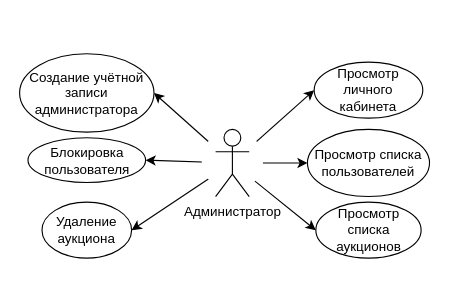
Before: Diagrams/Use-Case/Administrator Use-Case Diagram.drawio in Fake-Make/Au, a draw.io diagram. Source tidied: cells renumbered, new cells numbered last; positions are measured from the earlier drawing's top-left corner, leaving out a move shared by most shapes. Both pictures are drawn from the tidied source at 112%, with x=0, y=0 at pixel (19, 54).
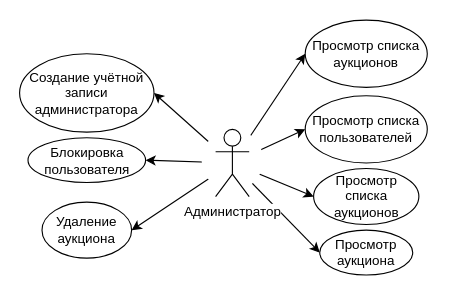
The same diagram, later.

Diff of the diagram source:
```diff
@@
 <mxGraphModel>
   <root>
     <mxCell id="0" />
     <mxCell id="1" parent="0" />
+    <mxCell id="16" style="endArrow=classic;html=1;entryX=0;entryY=0.5;entryDx=0;entryDy=0;exitX=0.5;exitY=0.5;exitDx=0;exitDy=0;exitPerimeter=0;" parent="1" edge="1" source="15" target="19">
+      <mxGeometry relative="1" as="geometry" />
+    </mxCell>
+    <mxCell id="17" style="endArrow=classic;html=1;entryX=0;entryY=0.5;entryDx=0;entryDy=0;exitX=0.5;exitY=0.5;exitDx=0;exitDy=0;exitPerimeter=0;" parent="1" edge="1" source="15" target="18">
+      <mxGeometry relative="1" as="geometry" />
+    </mxCell>
     <mxCell id="2" style="endArrow=classic;html=1;entryX=1;entryY=0.5;entryDx=0;entryDy=0;exitX=0.5;exitY=0.5;exitDx=0;exitDy=0;exitPerimeter=0;" parent="1" edge="1" source="15" target="11">
       <mxGeometry relative="1" as="geometry" />
     </mxCell>
     <mxCell id="3" style="endArrow=classic;html=1;entryX=1;entryY=0.5;entryDx=0;entryDy=0;exitX=0.5;exitY=0.5;exitDx=0;exitDy=0;exitPerimeter=0;" parent="1" edge="1" source="15" target="12">
       <mxGeometry relative="1" as="geometry" />
     </mxCell>
     <mxCell id="4" style="endArrow=classic;html=1;entryX=1;entryY=0.5;entryDx=0;entryDy=0;exitX=0.5;exitY=0.5;exitDx=0;exitDy=0;exitPerimeter=0;" parent="1" edge="1" source="15" target="13">
       <mxGeometry relative="1" as="geometry" />
     </mxCell>
-    <mxCell id="5" style="endArrow=classic;html=1;entryX=0;entryY=0.5;entryDx=0;entryDy=0;exitX=0.5;exitY=0.5;exitDx=0;exitDy=0;exitPerimeter=0;" parent="1" edge="1" source="15" target="9">
-      <mxGeometry relative="1" as="geometry" />
-    </mxCell>
     <mxCell id="6" style="endArrow=classic;html=1;entryX=0;entryY=0.5;entryDx=0;entryDy=0;exitX=0.5;exitY=0.5;exitDx=0;exitDy=0;exitPerimeter=0;" parent="1" edge="1" source="15" target="10">
       <mxGeometry relative="1" as="geometry" />
     </mxCell>
     <mxCell id="7" style="endArrow=classic;html=1;entryX=0;entryY=0.5;entryDx=0;entryDy=0;exitX=0.5;exitY=0.5;exitDx=0;exitDy=0;exitPerimeter=0;" parent="1" edge="1" source="15" target="14">
       <mxGeometry relative="1" as="geometry" />
     </mxCell>
     <mxCell id="8" style="ellipse;whiteSpace=wrap;html=1;strokeColor=none;" parent="1" vertex="1">
       <mxGeometry x="162.5" y="67" width="55" height="55" as="geometry" />
     </mxCell>
-    <mxCell id="9" value="Просмотр личного кабинета" style="ellipse;whiteSpace=wrap;html=1;" parent="1" vertex="1">
-      <mxGeometry x="263" y="7" width="97" height="50" as="geometry" />
-    </mxCell>
     <mxCell id="10" value="Просмотр списка пользователей&lt;br&gt;" style="ellipse;whiteSpace=wrap;html=1;" parent="1" vertex="1">
-      <mxGeometry x="257" y="67" width="109" height="60" as="geometry" />
+      <mxGeometry x="255" y="37" width="109" height="60" as="geometry" />
     </mxCell>
     <mxCell id="11" value="Создание учётной записи&lt;br&gt;администратора&lt;br&gt;" style="ellipse;whiteSpace=wrap;html=1;" parent="1" vertex="1">
       <mxGeometry y="-0.5" width="120" height="70" as="geometry" />
     </mxCell>
     <mxCell id="12" value="Блокировка пользователя" style="ellipse;whiteSpace=wrap;html=1;" parent="1" vertex="1">
       <mxGeometry x="7.5" y="74.5" width="105" height="40" as="geometry" />
     </mxCell>
     <mxCell id="13" value="Удаление аукциона" style="ellipse;whiteSpace=wrap;html=1;" parent="1" vertex="1">
       <mxGeometry x="20" y="132" width="80" height="50" as="geometry" />
     </mxCell>
     <mxCell id="14" value="Просмотр списка аукционов" style="ellipse;whiteSpace=wrap;html=1;" parent="1" vertex="1">
-      <mxGeometry x="264.5" y="132" width="94" height="50" as="geometry" />
+      <mxGeometry x="262.5" y="102" width="94" height="50" as="geometry" />
     </mxCell>
     <mxCell id="15" value="Администратор" style="shape=umlActor;verticalLabelPosition=bottom;labelBackgroundColor=#ffffff;verticalAlign=top;html=1;outlineConnect=0;" parent="1" vertex="1">
       <mxGeometry x="175" y="67" width="30" height="60" as="geometry" />
     </mxCell>
+    <mxCell id="18" value="Просмотр списка аукционов&lt;br&gt;" style="ellipse;whiteSpace=wrap;html=1;" parent="1" vertex="1">
+      <mxGeometry x="255" y="-30.5" width="109" height="60" as="geometry" />
+    </mxCell>
+    <mxCell id="19" value="Просмотр аукциона&lt;br&gt;" style="ellipse;whiteSpace=wrap;html=1;" parent="1" vertex="1">
+      <mxGeometry x="268" y="157" width="83" height="40" as="geometry" />
+    </mxCell>
   </root>
 </mxGraphModel>
```
